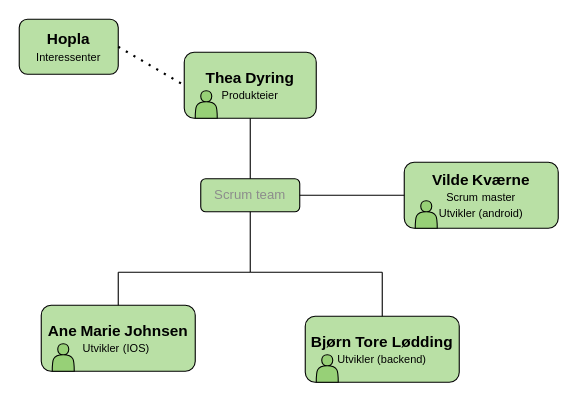
Before: OrganisasjonsKart.drawio in vildesk/HoplaDrawIO, a draw.io diagram. Source tidied: cells renumbered, new cells numbered last; positions are measured from the earlier drawing's top-left corner, leaving out a move shared by most shapes. Both pictures are drawn from the tidied source at 110%, with x=0, y=0 at pixel (19, 19).
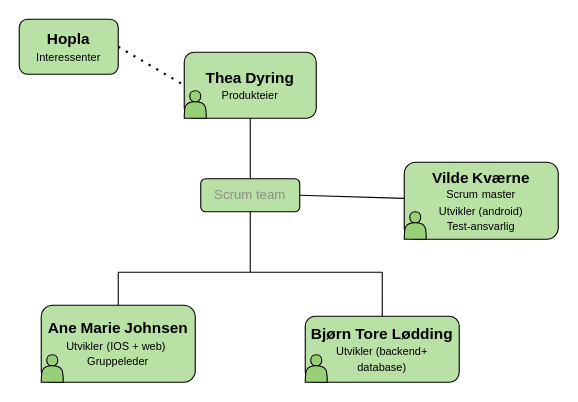
The same page after the edit.

Change to the diagram source:
```diff
@@
-    <mxCell id="5" value="&lt;font style=&quot;font-size: 14px;&quot;&gt;&lt;b&gt;Vilde&lt;/b&gt;&lt;/font&gt; &lt;font style=&quot;font-size: 14px;&quot;&gt;&lt;b&gt;Kværne&lt;/b&gt;&lt;/font&gt;&lt;div&gt;&lt;font style=&quot;font-size: 10px;&quot;&gt;Scrum&lt;/font&gt; &lt;font style=&quot;font-size: 10px;&quot;&gt;master&lt;/font&gt;&lt;/div&gt;&lt;div&gt;&lt;font style=&quot;font-size: 10px;&quot;&gt;Utvikler (android&lt;/font&gt;&lt;font style=&quot;font-size: 10px;&quot;&gt;)&lt;/font&gt;&lt;/div&gt;" style="rounded=1;whiteSpace=wrap;html=1;fillColor=#B9E0A5;" parent="1" vertex="1">
-      <mxGeometry x="350" y="130" width="140" height="60" as="geometry" />
+    <mxCell id="5" value="&lt;font style=&quot;font-size: 14px;&quot;&gt;&lt;b&gt;Vilde&lt;/b&gt;&lt;/font&gt; &lt;font style=&quot;font-size: 14px;&quot;&gt;&lt;b&gt;Kværne&lt;/b&gt;&lt;/font&gt;&lt;div&gt;&lt;font style=&quot;font-size: 10px;&quot;&gt;Scrum&lt;/font&gt; &lt;font style=&quot;font-size: 10px;&quot;&gt;master&lt;/font&gt;&lt;/div&gt;&lt;div&gt;&lt;font style=&quot;font-size: 10px;&quot;&gt;Utvikler (android&lt;/font&gt;&lt;font style=&quot;font-size: 10px;&quot;&gt;)&lt;/font&gt;&lt;/div&gt;&lt;div&gt;&lt;font style=&quot;font-size: 10px;&quot;&gt;Test-ansvarlig&lt;/font&gt;&lt;/div&gt;" style="rounded=1;whiteSpace=wrap;html=1;fillColor=#B9E0A5;" parent="1" vertex="1">
+      <mxGeometry x="350" y="130" width="140" height="70" as="geometry" />
     </mxCell>
-    <mxCell id="6" value="&lt;font style=&quot;font-size: 14px;&quot;&gt;&lt;b&gt;Ane&lt;/b&gt;&lt;/font&gt; &lt;b&gt;&lt;font style=&quot;font-size: 14px;&quot;&gt;Marie&lt;/font&gt;&lt;/b&gt; &lt;font style=&quot;font-size: 14px;&quot;&gt;&lt;b&gt;Johnsen&lt;/b&gt;&lt;/font&gt;&lt;div&gt;&lt;font style=&quot;font-size: 10px;&quot;&gt;Utvikler&lt;/font&gt; &lt;font style=&quot;font-size: 10px;&quot;&gt;(&lt;/font&gt;&lt;font style=&quot;font-size: 10px;&quot;&gt;IOS&lt;/font&gt;&lt;font style=&quot;font-size: 10px;&quot;&gt;)&lt;/font&gt;&amp;nbsp;&lt;/div&gt;" style="rounded=1;whiteSpace=wrap;html=1;fillColor=#B9E0A5;" parent="1" vertex="1">
-      <mxGeometry x="20" y="260" width="140" height="60" as="geometry" />
+    <mxCell id="6" value="&lt;font style=&quot;font-size: 14px;&quot;&gt;&lt;b&gt;Ane&lt;/b&gt;&lt;/font&gt; &lt;b&gt;&lt;font style=&quot;font-size: 14px;&quot;&gt;Marie&lt;/font&gt;&lt;/b&gt; &lt;font style=&quot;font-size: 14px;&quot;&gt;&lt;b&gt;Johnsen&lt;/b&gt;&lt;/font&gt;&lt;div&gt;&lt;font style=&quot;font-size: 10px;&quot;&gt;Utvikler&lt;/font&gt; &lt;font style=&quot;font-size: 10px;&quot;&gt;(&lt;/font&gt;&lt;font style=&quot;font-size: 10px;&quot;&gt;IOS + web&lt;/font&gt;&lt;font style=&quot;font-size: 10px;&quot;&gt;)&lt;/font&gt;&amp;nbsp;&lt;/div&gt;&lt;div&gt;&lt;font style=&quot;font-size: 10px;&quot;&gt;Gruppeleder&lt;/font&gt;&lt;/div&gt;" style="rounded=1;whiteSpace=wrap;html=1;fillColor=#B9E0A5;" parent="1" vertex="1">
+      <mxGeometry x="20" y="260" width="140" height="70" as="geometry" />
     </mxCell>
-    <mxCell id="7" value="&lt;font style=&quot;font-size: 14px;&quot;&gt;&lt;b&gt;Bjørn Tore Lødding&lt;/b&gt;&lt;/font&gt;&lt;div&gt;&lt;font style=&quot;font-size: 10px;&quot;&gt;Utvikler&lt;b&gt; &lt;/b&gt;(backend)&lt;/font&gt;&lt;/div&gt;" style="rounded=1;whiteSpace=wrap;html=1;fillColor=#B9E0A5;" parent="1" vertex="1">
+    <mxCell id="7" value="&lt;font style=&quot;font-size: 14px;&quot;&gt;&lt;b&gt;Bjørn Tore Lødding&lt;/b&gt;&lt;/font&gt;&lt;div&gt;&lt;font style=&quot;font-size: 10px;&quot;&gt;Utvikler&lt;b&gt; &lt;/b&gt;(backend+&lt;/font&gt;&lt;/div&gt;&lt;div&gt;&lt;font style=&quot;font-size: 10px;&quot;&gt;database)&lt;/font&gt;&lt;/div&gt;" style="rounded=1;whiteSpace=wrap;html=1;fillColor=#B9E0A5;" parent="1" vertex="1">
       <mxGeometry x="260" y="270" width="140" height="60" as="geometry" />
     </mxCell>
@@
     <mxCell id="16" style="shape=actor;whiteSpace=wrap;html=1;fillColor=#97D077;" parent="1" vertex="1">
-      <mxGeometry x="160" y="65" width="20" height="25" as="geometry" />
+      <mxGeometry x="150" y="65" width="20" height="25" as="geometry" />
     </mxCell>
     <mxCell id="17" style="shape=actor;whiteSpace=wrap;html=1;fillColor=#97D077;" parent="1" vertex="1">
-      <mxGeometry x="360" y="165" width="20" height="25" as="geometry" />
+      <mxGeometry x="350" y="175" width="20" height="25" as="geometry" />
     </mxCell>
     <mxCell id="18" style="shape=actor;whiteSpace=wrap;html=1;fillColor=#97D077;" parent="1" vertex="1">
-      <mxGeometry x="270" y="305" width="20" height="25" as="geometry" />
+      <mxGeometry x="260" y="305" width="20" height="25" as="geometry" />
     </mxCell>
     <mxCell id="19" style="shape=actor;whiteSpace=wrap;html=1;fillColor=#97D077;" parent="1" vertex="1">
-      <mxGeometry x="30" y="295" width="20" height="25" as="geometry" />
+      <mxGeometry x="20" y="305" width="20" height="25" as="geometry" />
     </mxCell>
```
